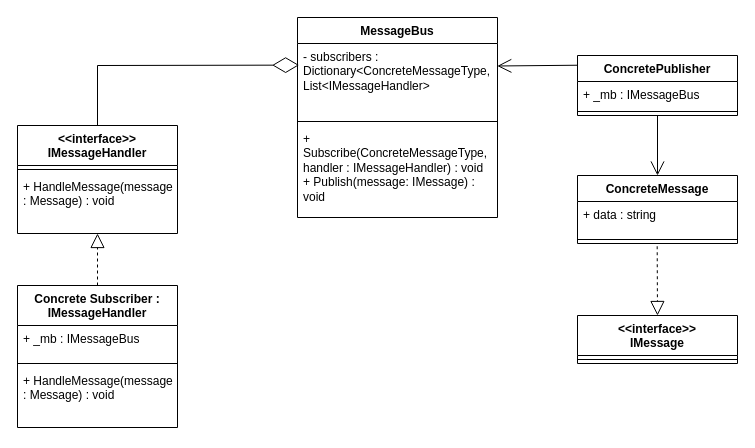
This is message_bus_generic.drawio from peterma-git/SW4SWD-DesignPatternsAssignment-Group16-message-bus-vs-project, a draw.io file, before an edit. Source tidied: cells renumbered, new cells numbered last; positions are measured from the earlier drawing's top-left corner, leaving out a move shared by most shapes. Both pictures are drawn from the tidied source at 100%, with x=0, y=0 at pixel (17, 17).
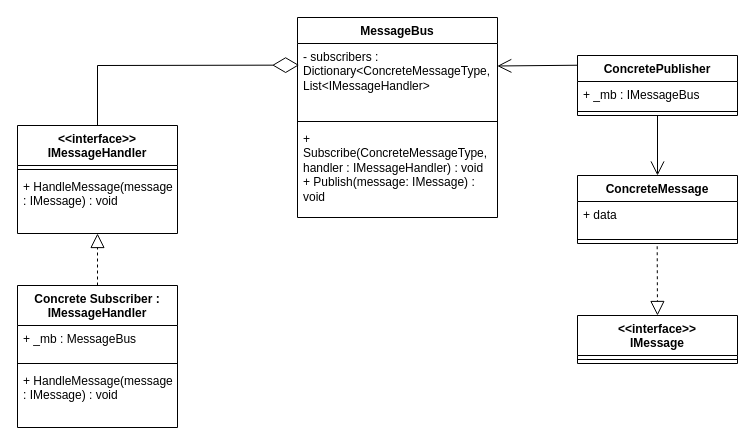
After the change.

Commit message (it also covers changes not shown here):
update generic uml

The change refers to these unchanged cells:
```xml
<mxCell id="6" value="&lt;div&gt;&amp;lt;&amp;lt;interface&amp;gt;&amp;gt;&lt;/div&gt;&lt;div&gt;IMessageHandler&lt;/div&gt;" style="swimlane;fontStyle=1;align=center;verticalAlign=top;horizontal=1;startSize=40;whiteSpace=wrap;html=1;" parent="1" vertex="1">
  <mxGeometry y="108" width="160" height="108" as="geometry" />
</mxCell>
<mxCell id="9" value="ConcreteMessage" style="swimlane;fontStyle=1;align=center;verticalAlign=top;horizontal=1;startSize=26;whiteSpace=wrap;html=1;" parent="1" vertex="1">
  <mxGeometry x="560" y="158" width="160" height="68" as="geometry" />
</mxCell>
<mxCell id="12" value="Concrete Subscriber : IMessageHandler" style="swimlane;fontStyle=1;align=center;verticalAlign=top;horizontal=1;startSize=40;whiteSpace=wrap;html=1;" parent="1" vertex="1">
  <mxGeometry y="268" width="160" height="142" as="geometry" />
</mxCell>
```

The edit, as a diff of the source:
```diff
@@
-    <mxCell id="8" value="+ HandleMessage(message : Message) : void" style="text;strokeColor=none;fillColor=none;align=left;verticalAlign=top;spacingLeft=4;spacingRight=4;overflow=hidden;whiteSpace=wrap;html=1;" parent="6" vertex="1">
+    <mxCell id="8" value="+ HandleMessage(message : IMessage) : void" style="text;strokeColor=none;fillColor=none;align=left;verticalAlign=top;spacingLeft=4;spacingRight=4;overflow=hidden;whiteSpace=wrap;html=1;" parent="6" vertex="1">
       <mxGeometry y="48" width="160" height="60" as="geometry" />
     </mxCell>
@@
-    <mxCell id="10" value="&lt;div&gt;&lt;span style=&quot;background-color: transparent; color: light-dark(#000000, var(--ge-light-color, #ffffff));&quot;&gt;+ data : string&lt;/span&gt;&lt;/div&gt;" style="text;strokeColor=none;fillColor=none;align=left;verticalAlign=top;spacingLeft=4;spacingRight=4;overflow=hidden;whiteSpace=wrap;html=1;" parent="9" vertex="1">
+    <mxCell id="10" value="&lt;div&gt;&lt;span style=&quot;background-color: transparent; color: light-dark(#000000, var(--ge-light-color, #ffffff));&quot;&gt;+ data&lt;/span&gt;&lt;/div&gt;" style="text;strokeColor=none;fillColor=none;align=left;verticalAlign=top;spacingLeft=4;spacingRight=4;overflow=hidden;whiteSpace=wrap;html=1;" parent="9" vertex="1">
       <mxGeometry y="26" width="160" height="34" as="geometry" />
     </mxCell>
@@
-    <mxCell id="13" value="+ _mb : IMessageBus" style="text;strokeColor=none;fillColor=none;align=left;verticalAlign=top;spacingLeft=4;spacingRight=4;overflow=hidden;whiteSpace=wrap;html=1;" parent="12" vertex="1">
+    <mxCell id="13" value="+ _mb : MessageBus" style="text;strokeColor=none;fillColor=none;align=left;verticalAlign=top;spacingLeft=4;spacingRight=4;overflow=hidden;whiteSpace=wrap;html=1;" parent="12" vertex="1">
       <mxGeometry y="40" width="160" height="34" as="geometry" />
     </mxCell>
@@
-    <mxCell id="15" value="+ HandleMessage(message : Message) : void" style="text;strokeColor=none;fillColor=none;align=left;verticalAlign=top;spacingLeft=4;spacingRight=4;overflow=hidden;whiteSpace=wrap;html=1;" parent="12" vertex="1">
+    <mxCell id="15" value="+ HandleMessage(message : IMessage) : void" style="text;strokeColor=none;fillColor=none;align=left;verticalAlign=top;spacingLeft=4;spacingRight=4;overflow=hidden;whiteSpace=wrap;html=1;" parent="12" vertex="1">
       <mxGeometry y="82" width="160" height="60" as="geometry" />
     </mxCell>
```
